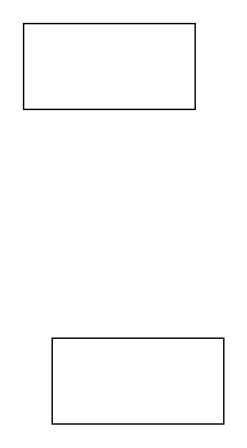
Before: Untitled Diagram.drawio in ShowTimeWalker/DijkstraAlgorithm, a draw.io diagram. Source tidied: cells renumbered, new cells numbered last; positions are measured from the earlier drawing's top-left corner, leaving out a move shared by most shapes. Both pictures are drawn from the tidied source at 143%, with x=0, y=0 at pixel (23, 23).
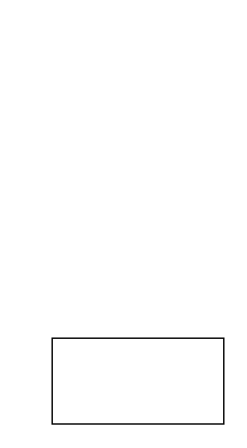
The same diagram, later.

Diff of the diagram source:
```diff
@@
 <mxGraphModel>
   <root>
     <mxCell id="0" />
     <mxCell id="1" parent="0" />
-    <mxCell id="2" style="whiteSpace=wrap;html=1;" parent="1" vertex="1">
-      <mxGeometry width="120" height="60" as="geometry" />
-    </mxCell>
     <mxCell id="3" style="whiteSpace=wrap;html=1;" parent="1" vertex="1">
       <mxGeometry x="20" y="220" width="120" height="60" as="geometry" />
     </mxCell>
   </root>
 </mxGraphModel>
```
